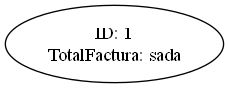
This is Factura.png from JoseAv/RespaldoEdd, a Graphviz export, as it was before one commit. Its source is kept beside it as Factura.dot.
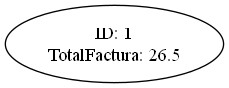
The same diagram one commit later.

Change to the diagram source:
```diff
@@ -1,3 +1,3 @@
-digraph G {  rankdir=LR
- "1" [label="ID: 1\nTotalFactura: sada"];
+digraph G {  rankdir=BT
+ "1" [label="ID: 1\nTotalFactura: 26.5"];
 }
```
